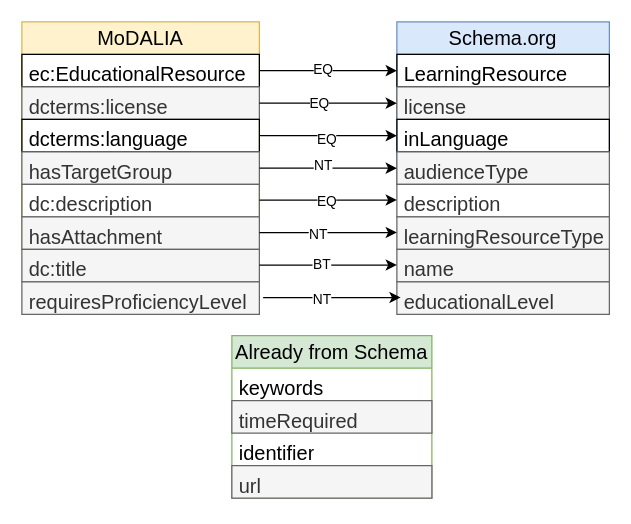
This is visualisations/crosswalk2schema.drawio from data-literacy-alliance/dalia-ontology, a draw.io file, before an edit. Source tidied: cells renumbered, new cells numbered last; positions are measured from the earlier drawing's top-left corner, leaving out a move shared by most shapes. Both pictures are drawn from the tidied source at 125%, with x=0, y=0 at pixel (21, 21).
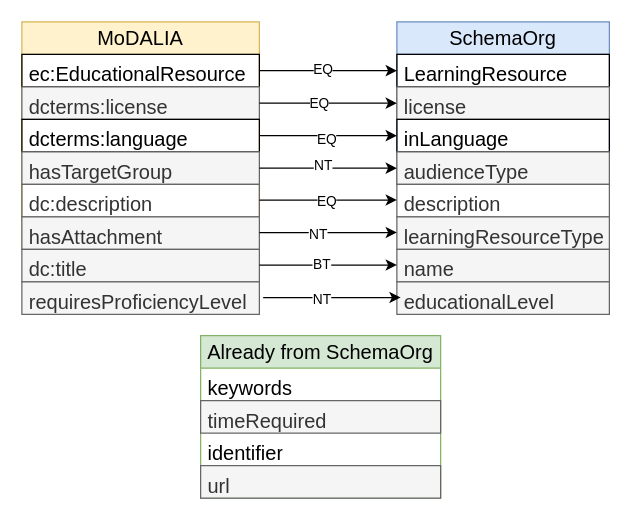
The same page after the edit.

Change to the diagram source:
```diff
@@
-    <mxCell id="9" value="Schema.org" style="swimlane;fontStyle=0;horizontal=1;startSize=26;fillColor=#dae8fc;whiteSpace=wrap;html=1;strokeColor=#6c8ebf;fontSize=16;" parent="1" vertex="1">
+    <mxCell id="9" value="SchemaOrg" style="swimlane;fontStyle=0;horizontal=1;startSize=26;fillColor=#dae8fc;whiteSpace=wrap;html=1;strokeColor=#6c8ebf;fontSize=16;" parent="1" vertex="1">
       <mxGeometry x="300" width="170" height="130" as="geometry" />
     </mxCell>
@@
-    <mxCell id="32" value="Already from Schema" style="swimlane;fontStyle=0;horizontal=1;startSize=26;fillColor=#d5e8d4;whiteSpace=wrap;html=1;strokeColor=#82b366;fontSize=16;" parent="1" vertex="1">
-      <mxGeometry x="168" y="251" width="160" height="130" as="geometry" />
+    <mxCell id="32" value="Already from SchemaOrg" style="swimlane;fontStyle=0;horizontal=1;startSize=26;fillColor=#d5e8d4;whiteSpace=wrap;html=1;strokeColor=#82b366;fontSize=16;" parent="1" vertex="1">
+      <mxGeometry x="143" y="251" width="192" height="130" as="geometry" />
     </mxCell>
     <mxCell id="33" value="keywords" style="text;strokeColor=none;fillColor=none;align=left;verticalAlign=top;spacingLeft=4;spacingRight=4;overflow=hidden;whiteSpace=wrap;html=1;fontSize=16;" parent="32" vertex="1">
-      <mxGeometry y="26" width="160" height="26" as="geometry" />
+      <mxGeometry y="26" width="192" height="26" as="geometry" />
     </mxCell>
     <mxCell id="34" value="timeRequired" style="text;strokeColor=#666666;fillColor=#f5f5f5;align=left;verticalAlign=top;spacingLeft=4;spacingRight=4;overflow=hidden;whiteSpace=wrap;html=1;fontSize=16;fontColor=#333333;" parent="32" vertex="1">
-      <mxGeometry y="52" width="160" height="26" as="geometry" />
+      <mxGeometry y="52" width="192" height="26" as="geometry" />
     </mxCell>
     <mxCell id="35" value="identifier" style="text;strokeColor=none;fillColor=none;align=left;verticalAlign=top;spacingLeft=4;spacingRight=4;overflow=hidden;whiteSpace=wrap;html=1;fontSize=16;" parent="32" vertex="1">
-      <mxGeometry y="78" width="160" height="26" as="geometry" />
+      <mxGeometry y="78" width="192" height="26" as="geometry" />
     </mxCell>
     <mxCell id="36" value="url" style="text;strokeColor=#666666;fillColor=#f5f5f5;align=left;verticalAlign=top;spacingLeft=4;spacingRight=4;overflow=hidden;whiteSpace=wrap;html=1;fontSize=16;fontColor=#333333;" parent="32" vertex="1">
-      <mxGeometry y="104" width="160" height="26" as="geometry" />
+      <mxGeometry y="104" width="192" height="26" as="geometry" />
     </mxCell>
```
